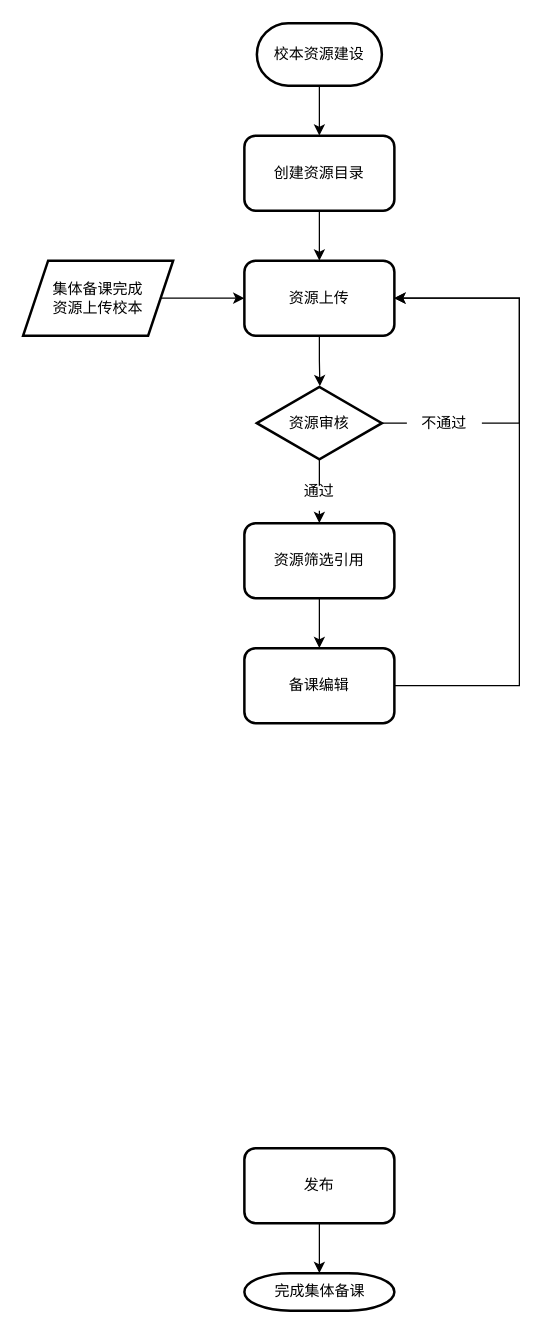
Above: page "校本资源" (2 of 3) of 创建学校.drawio in ILLyf/learngit-repo (draw.io), before the change. Source tidied: cells renumbered, new cells numbered last; positions are measured from the earlier drawing's top-left corner, leaving out a move shared by most shapes. Both pictures are drawn from the tidied source at 125%, with x=0, y=0 at pixel (22, 22).
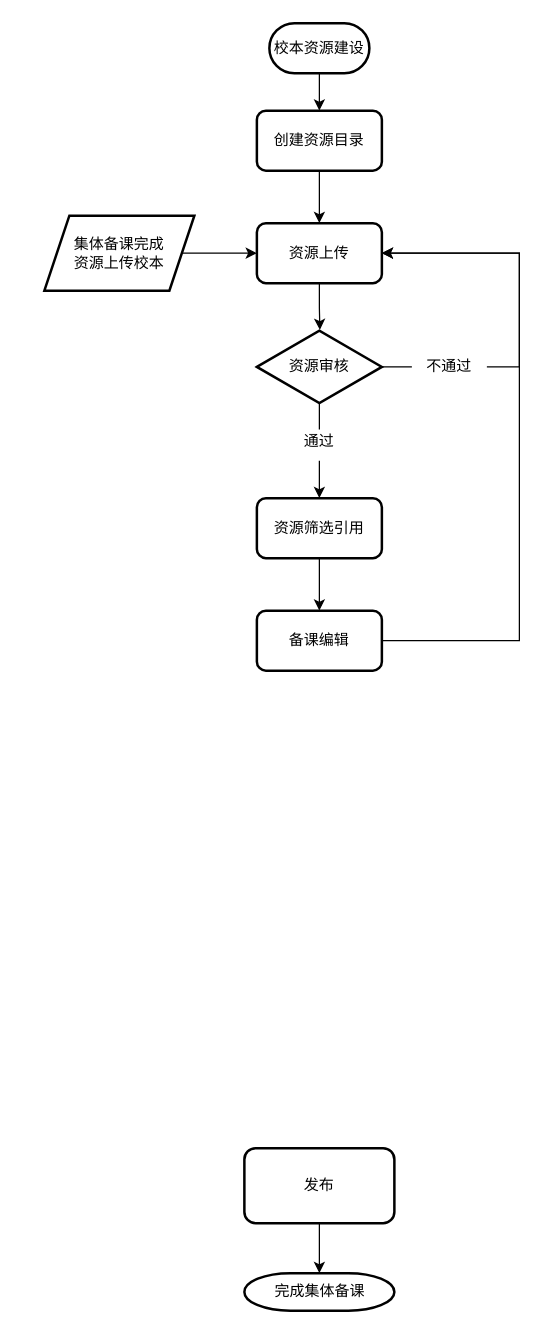
The same diagram, later.

Diff of the diagram source:
```diff
@@
     <mxCell id="4" value="&lt;span style=&quot;font-weight: 400;&quot;&gt;资源上传&lt;/span&gt;" style="rounded=1;whiteSpace=wrap;html=1;fontFamily=Times New Roman;fontStyle=1;strokeWidth=2;" parent="1" vertex="1">
-      <mxGeometry x="177" y="190" width="120" height="60" as="geometry" />
+      <mxGeometry x="187" y="160" width="100" height="48" as="geometry" />
     </mxCell>
@@
     <mxCell id="6" value="&lt;span style=&quot;font-weight: 400;&quot;&gt;创建资源目录&lt;/span&gt;" style="rounded=1;whiteSpace=wrap;html=1;fontFamily=Times New Roman;fontStyle=1;strokeWidth=2;" parent="1" vertex="1">
-      <mxGeometry x="177" y="90" width="120" height="60" as="geometry" />
+      <mxGeometry x="187" y="70" width="100" height="48" as="geometry" />
     </mxCell>
@@
     <mxCell id="9" value="&lt;span style=&quot;font-weight: 400;&quot;&gt;资源筛选引用&lt;/span&gt;" style="rounded=1;whiteSpace=wrap;html=1;fontFamily=Times New Roman;fontStyle=1;strokeWidth=2;" parent="1" vertex="1">
-      <mxGeometry x="177" y="400" width="120" height="60" as="geometry" />
+      <mxGeometry x="187" y="380" width="100" height="48" as="geometry" />
     </mxCell>
-    <mxCell id="10" style="edgeStyle=orthogonalEdgeStyle;rounded=0;jettySize=auto;html=1;entryX=1;entryY=0.5;entryDx=0;entryDy=0;exitX=1;exitY=0.5;exitDx=0;exitDy=0;" parent="1" edge="1" source="11" target="4">
+    <mxCell id="10" style="edgeStyle=orthogonalEdgeStyle;rounded=0;jettySize=auto;html=1;entryX=1;entryY=0.5;entryDx=0;entryDy=0;" parent="1" edge="1" source="11" target="4">
       <mxGeometry relative="1" as="geometry">
         <Array as="points">
-          <mxPoint x="397" y="530" />
-          <mxPoint x="397" y="220" />
+          <mxPoint x="397" y="494" />
+          <mxPoint x="397" y="184" />
         </Array>
       </mxGeometry>
     </mxCell>
     <mxCell id="11" value="备课编辑" style="whiteSpace=wrap;html=1;fontFamily=Times New Roman;rounded=1;fontStyle=0;strokeWidth=2;" parent="1" vertex="1">
-      <mxGeometry x="177" y="500" width="120" height="60" as="geometry" />
+      <mxGeometry x="187" y="470" width="100" height="48" as="geometry" />
     </mxCell>
@@
     <mxCell id="13" value="集体备课完成&lt;br&gt;&lt;div&gt;资源上传校本&lt;/div&gt;" style="shape=parallelogram;perimeter=parallelogramPerimeter;whiteSpace=wrap;html=1;fixedSize=1;fontFamily=Times New Roman;strokeWidth=2;gradientColor=none;gradientDirection=north;fontStyle=0;" parent="1" vertex="1">
-      <mxGeometry y="190" width="120" height="60" as="geometry" />
+      <mxGeometry x="17" y="154" width="120" height="60" as="geometry" />
     </mxCell>
@@
-    <mxCell id="16" style="edgeStyle=orthogonalEdgeStyle;rounded=0;jettySize=auto;html=1;entryX=1;entryY=0.5;entryDx=0;entryDy=0;exitX=1;exitY=0.5;exitDx=0;exitDy=0;" parent="1" edge="1" source="22" target="4">
-      <mxGeometry relative="1" as="geometry">
-        <Array as="points">
-          <mxPoint x="397" y="320" />
-          <mxPoint x="397" y="220" />
-        </Array>
-      </mxGeometry>
-    </mxCell>
@@
     <mxCell id="19" value="资源审核" style="html=1;whiteSpace=wrap;shape=isoRectangle;fontFamily=Times New Roman;strokeWidth=2;" parent="1" vertex="1">
-      <mxGeometry x="187" y="290" width="100" height="60" as="geometry" />
+      <mxGeometry x="187" y="245" width="100" height="60" as="geometry" />
     </mxCell>
@@
     <mxCell id="21" value="通过" style="text;html=1;align=center;verticalAlign=middle;whiteSpace=wrap;rounded=0;fontFamily=Times New Roman;" parent="1" vertex="1">
-      <mxGeometry x="207" y="360" width="60" height="30" as="geometry" />
+      <mxGeometry x="207" y="320" width="60" height="30" as="geometry" />
     </mxCell>
+    <mxCell id="16" style="edgeStyle=orthogonalEdgeStyle;rounded=0;jettySize=auto;html=1;entryX=1;entryY=0.5;entryDx=0;entryDy=0;" parent="1" edge="1" source="22" target="4">
+      <mxGeometry relative="1" as="geometry">
+        <Array as="points">
+          <mxPoint x="397" y="275" />
+          <mxPoint x="397" y="184" />
+        </Array>
+      </mxGeometry>
+    </mxCell>
     <mxCell id="22" value="不通过" style="text;html=1;align=center;verticalAlign=middle;whiteSpace=wrap;rounded=0;fontFamily=Times New Roman;" parent="1" vertex="1">
-      <mxGeometry x="307" y="305" width="60" height="30" as="geometry" />
+      <mxGeometry x="311" y="260" width="60" height="30" as="geometry" />
     </mxCell>
     <mxCell id="23" value="校本资源建设" style="rounded=1;whiteSpace=wrap;html=1;fontFamily=Times New Roman;fontStyle=0;strokeWidth=2;arcSize=50;" parent="1" vertex="1">
-      <mxGeometry x="187" width="100" height="50" as="geometry" />
+      <mxGeometry x="197" width="80" height="40" as="geometry" />
     </mxCell>
```
